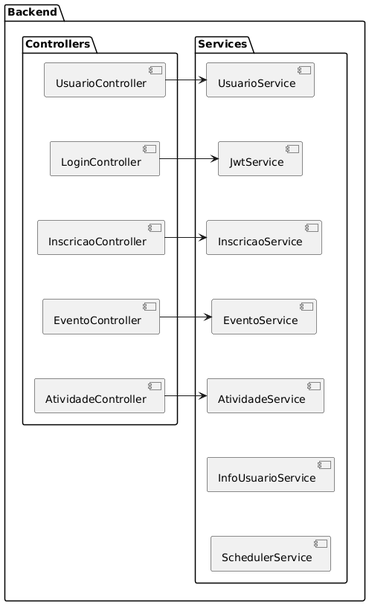
The PlantUML diagram artifacts/diagrama_componentes.png in celso-z/planejaAi, before a commit.
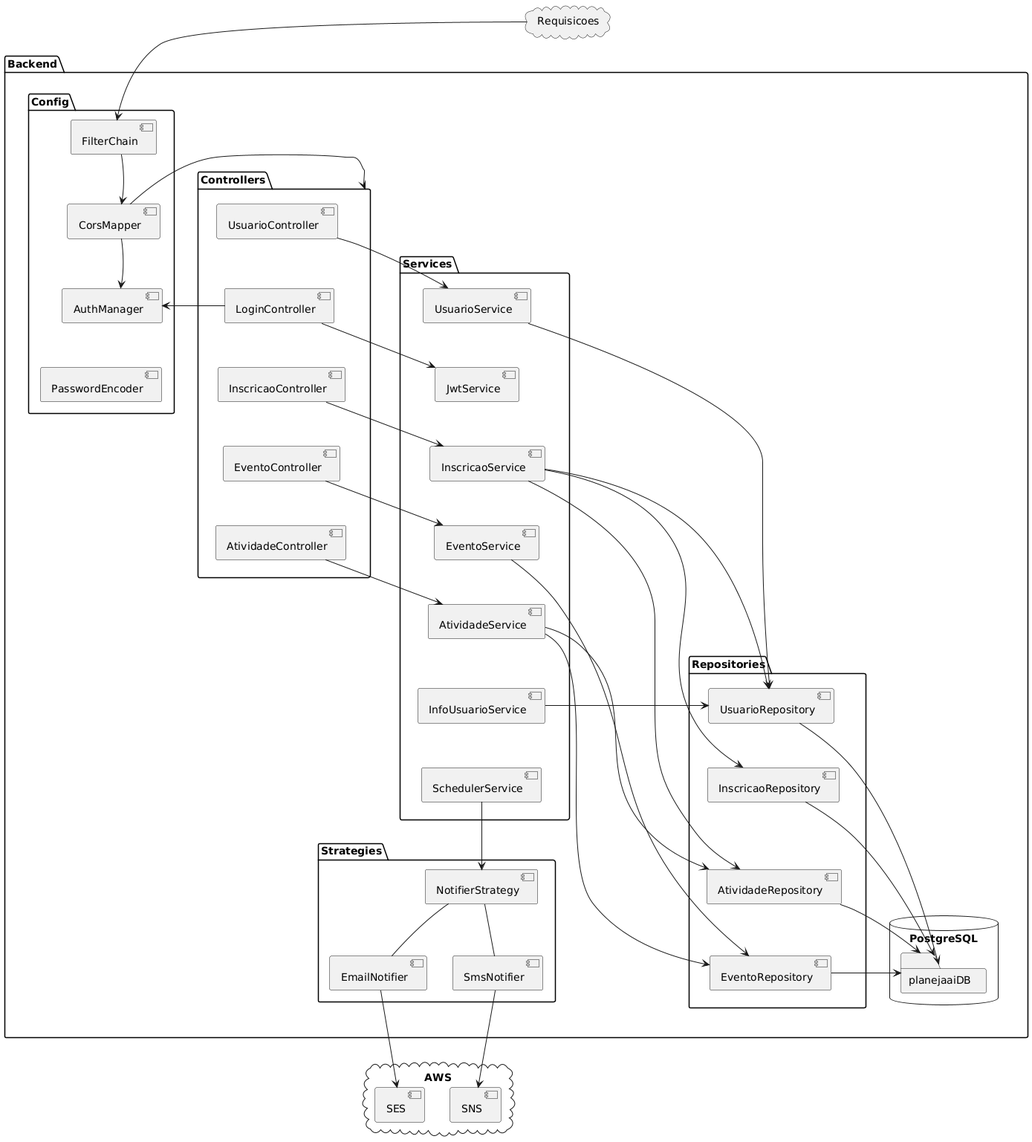
After the change.

Commit message:
Finalizado diagrama de componentes

The edit, as a diff of the source:
```diff
@@ -1,6 +1,20 @@
 @startuml
 
+cloud Requisicoes {
+}
+
 package "Backend" {
+	package "Config"{
+		component FilterChain
+		component AuthManager
+		component CorsMapper
+		component PasswordEncoder
+		FilterChain -[hidden]-> CorsMapper
+		CorsMapper -[hidden]-> AuthManager
+		AuthManager -[hidden]-> PasswordEncoder
+		FilterChain -d-> CorsMapper
+		CorsMapper -d-> AuthManager
+	}
 	package "Controllers"{
 		component UsuarioController
 		component LoginController
@@ -28,12 +42,57 @@
 		AtividadeService -[hidden]-> InfoUsuarioService
 		InfoUsuarioService -[hidden]-> SchedulerService
 	}
+	package "Strategies"{
+		component EmailNotifier
+		component NotifierStrategy
+		component SmsNotifier
+		NotifierStrategy -- EmailNotifier
+		NotifierStrategy -- SmsNotifier
+	}
+	SchedulerService -down-> NotifierStrategy
+	package "Repositories"{
+		component AtividadeRepository
+		component EventoRepository
+		component InscricaoRepository
+		component UsuarioRepository
+		UsuarioRepository -[hidden]-> InscricaoRepository
+		InscricaoRepository -[hidden]-> AtividadeRepository
+		AtividadeRepository -[hidden]-> EventoRepository
+
+	}
+	database "PostgreSQL"{
+		folder "planejaaiDB"{
+		}
+	}
+	CorsMapper -> Controllers
 	UsuarioController -> UsuarioService
 	LoginController -> JwtService
+	LoginController -> AuthManager
 	InscricaoController -> InscricaoService
 	EventoController -> EventoService
 	AtividadeController -> AtividadeService
+	UsuarioService -> UsuarioRepository
+	InscricaoService -> UsuarioRepository
+	InscricaoService -> InscricaoRepository
+	InscricaoService -> AtividadeRepository
+	InfoUsuarioService -> UsuarioRepository
+	EventoService -> EventoRepository
+	AtividadeService -> AtividadeRepository
+	AtividadeService -> EventoRepository
+
+	Controllers -[hidden]-> Services
+	Services -[hidden]-> Repositories
+	UsuarioRepository -> planejaaiDB
+	InscricaoRepository -> planejaaiDB
+	AtividadeRepository -> planejaaiDB
+	EventoRepository -> planejaaiDB
 }
-
-
+cloud AWS{
+	component SNS
+	component SES
+}
+Requisicoes -[hidden]-> Backend
+Requisicoes -> FilterChain
+EmailNotifier -down-> SES
+SmsNotifier -down-> SNS
 @enduml
```
